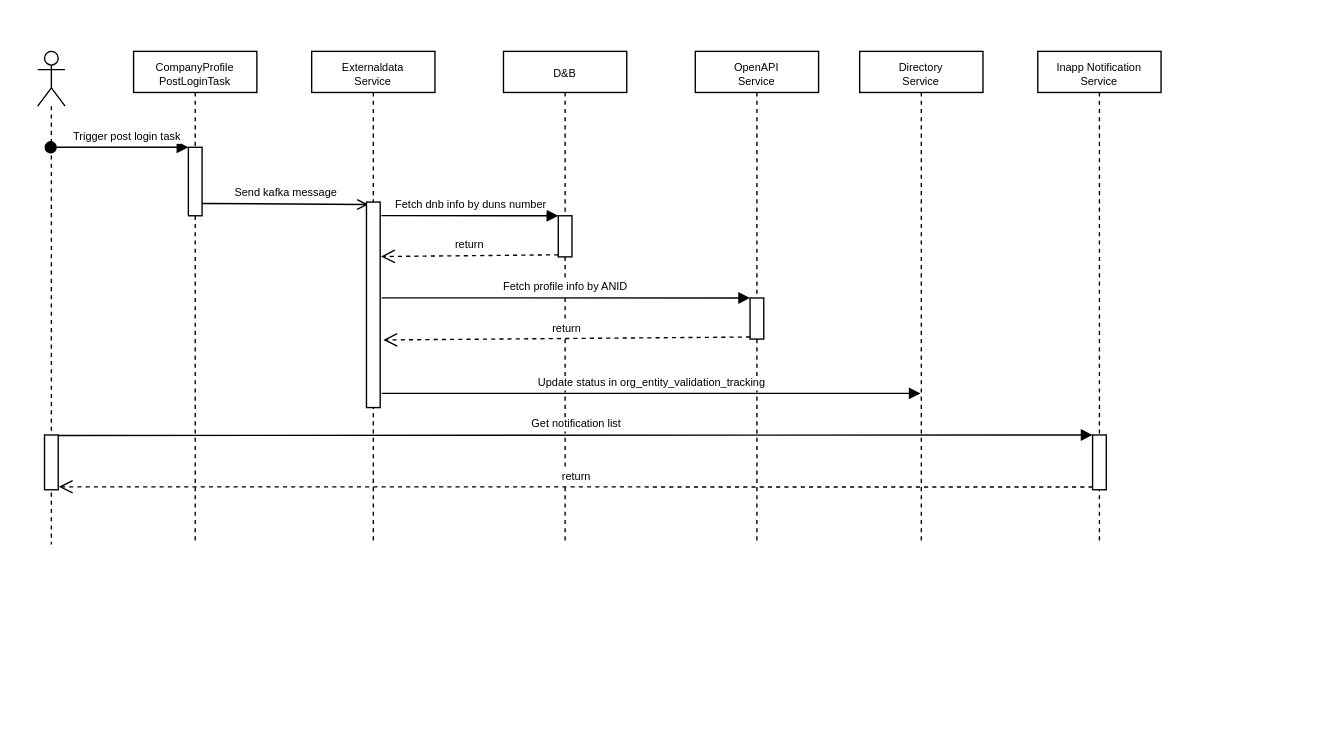
Earlier version of the draw.io diagram page "Update detection flow diagram" (3 of 15) of DNB.drawio (huangshijie/Drawio). Source tidied: cells renumbered, new cells numbered last; positions are measured from the earlier drawing's top-left corner, leaving out a move shared by most shapes. Both pictures are drawn from the tidied source at 137%, with x=0, y=0 at pixel (37, 51).
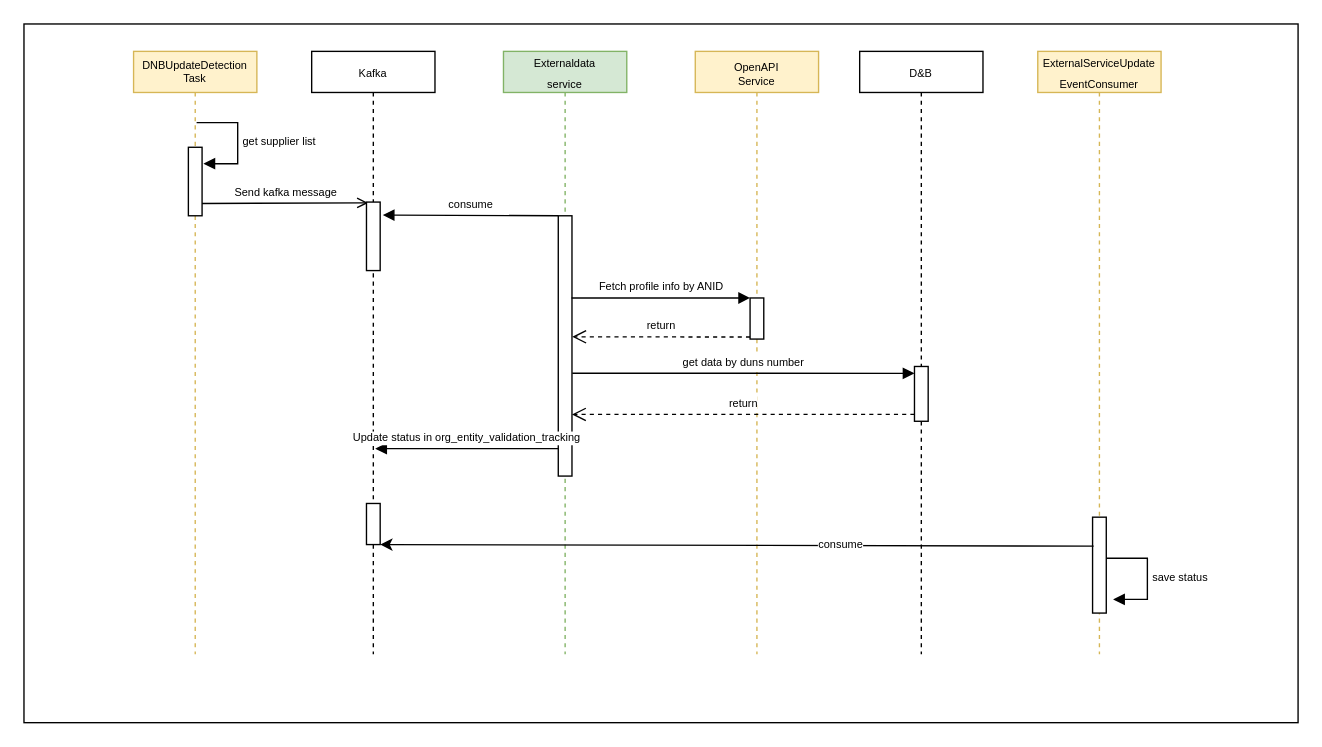
The same page after the edit.

Unchanged cells that the change refers to:
```xml
<mxCell id="3" style="html=1;points=[];perimeter=orthogonalPerimeter;fontSize=8;" parent="2" vertex="1">
  <mxGeometry x="40" y="180" width="10" height="30" as="geometry" />
</mxCell>
<mxCell id="7" style="html=1;points=[];perimeter=orthogonalPerimeter;fontSize=8;" parent="6" vertex="1">
  <mxGeometry x="40" y="70" width="10" height="50" as="geometry" />
</mxCell>
```

Diff of the diagram source:
```diff
@@
+    <mxCell id="24" style="rounded=0;whiteSpace=wrap;html=1;" parent="1" vertex="1">
+      <mxGeometry x="-10" y="-20" width="930" height="510" as="geometry" />
+    </mxCell>
-    <mxCell id="2" value="&lt;div style=&quot;&quot;&gt;&lt;span style=&quot;font-size: 8px; background-color: initial;&quot;&gt;OpenAPI&lt;/span&gt;&lt;/div&gt;&lt;font style=&quot;font-size: 8px;&quot;&gt;&lt;div style=&quot;&quot;&gt;&lt;span style=&quot;background-color: initial;&quot;&gt;Service&lt;/span&gt;&lt;/div&gt;&lt;/font&gt;" style="shape=umlLifeline;perimeter=lifelinePerimeter;whiteSpace=wrap;html=1;size=30;align=center;" parent="1" vertex="1">
-      <mxGeometry x="480" width="90" height="360" as="geometry" />
+    <mxCell id="2" value="&lt;div style=&quot;&quot;&gt;&lt;span style=&quot;font-size: 8px; background-color: initial;&quot;&gt;OpenAPI&lt;/span&gt;&lt;/div&gt;&lt;font style=&quot;font-size: 8px;&quot;&gt;&lt;div style=&quot;&quot;&gt;&lt;span style=&quot;background-color: initial;&quot;&gt;Service&lt;/span&gt;&lt;/div&gt;&lt;/font&gt;" style="shape=umlLifeline;perimeter=lifelinePerimeter;whiteSpace=wrap;html=1;size=30;align=center;fillColor=#fff2cc;strokeColor=#d6b656;" parent="1" vertex="1">
+      <mxGeometry x="480" width="90" height="440" as="geometry" />
     </mxCell>
@@
-    <mxCell id="4" style="shape=umlLifeline;participant=umlActor;perimeter=lifelinePerimeter;whiteSpace=wrap;html=1;verticalAlign=top;spacingTop=36;outlineConnect=0;" parent="1" vertex="1">
-      <mxGeometry width="20" height="360" as="geometry" />
-    </mxCell>
-    <mxCell id="5" style="html=1;points=[];perimeter=orthogonalPerimeter;fontSize=8;" parent="4" vertex="1">
-      <mxGeometry x="5" y="280" width="10" height="40" as="geometry" />
-    </mxCell>
-    <mxCell id="6" value="&lt;p&gt;&lt;/p&gt;&lt;div style=&quot;&quot;&gt;&lt;span style=&quot;font-size: 8px; background-color: initial;&quot;&gt;CompanyProfile&lt;/span&gt;&lt;/div&gt;&lt;font style=&quot;font-size: 8px;&quot;&gt;&lt;div style=&quot;&quot;&gt;&lt;span style=&quot;background-color: initial;&quot;&gt;PostLoginTask&lt;/span&gt;&lt;/div&gt;&lt;/font&gt;&lt;p&gt;&lt;/p&gt;" style="shape=umlLifeline;perimeter=lifelinePerimeter;whiteSpace=wrap;html=1;size=30;" parent="1" vertex="1">
-      <mxGeometry x="70" width="90" height="360" as="geometry" />
+    <mxCell id="6" value="&lt;p&gt;&lt;/p&gt;&lt;div style=&quot;font-size: 8px;&quot;&gt;&lt;font style=&quot;font-size: 8px;&quot;&gt;DNBUpdateDetection&lt;br style=&quot;border-color: var(--border-color);&quot;&gt;Task&lt;/font&gt;&lt;br&gt;&lt;/div&gt;&lt;p&gt;&lt;/p&gt;" style="shape=umlLifeline;perimeter=lifelinePerimeter;whiteSpace=wrap;html=1;size=30;fillColor=#fff2cc;strokeColor=#d6b656;" parent="1" vertex="1">
+      <mxGeometry x="70" width="90" height="440" as="geometry" />
     </mxCell>
@@
+    <mxCell id="25" value="&lt;font style=&quot;font-size: 8px;&quot;&gt;get supplier list&amp;nbsp;&lt;/font&gt;" style="html=1;align=left;spacingLeft=2;endArrow=block;rounded=0;edgeStyle=orthogonalEdgeStyle;curved=0;rounded=0;" parent="6" edge="1">
+      <mxGeometry x="0.01" relative="1" as="geometry">
+        <mxPoint x="46" y="52" as="sourcePoint" />
+        <mxPoint x="51" y="82" as="targetPoint" />
+        <Array as="points">
+          <mxPoint x="76" y="82" />
+        </Array>
+      </mxGeometry>
+    </mxCell>
-    <mxCell id="9" value="&lt;div style=&quot;&quot;&gt;&lt;span style=&quot;font-size: 8px; background-color: initial;&quot;&gt;Directory&lt;/span&gt;&lt;/div&gt;&lt;font style=&quot;font-size: 8px;&quot;&gt;&lt;div style=&quot;&quot;&gt;&lt;span style=&quot;background-color: initial;&quot;&gt;Service&lt;/span&gt;&lt;/div&gt;&lt;/font&gt;" style="shape=umlLifeline;perimeter=lifelinePerimeter;whiteSpace=wrap;html=1;outlineConnect=0;size=30;align=center;" parent="1" vertex="1">
-      <mxGeometry x="600" width="90" height="360" as="geometry" />
+    <mxCell id="9" value="&lt;div style=&quot;&quot;&gt;&lt;span style=&quot;font-size: 8px;&quot;&gt;D&amp;amp;B&lt;/span&gt;&lt;/div&gt;" style="shape=umlLifeline;perimeter=lifelinePerimeter;whiteSpace=wrap;html=1;outlineConnect=0;size=30;align=center;" parent="1" vertex="1">
+      <mxGeometry x="600" width="90" height="440" as="geometry" />
     </mxCell>
+    <mxCell id="26" style="html=1;points=[[0,0,0,0,5],[0,1,0,0,-5],[1,0,0,0,5],[1,1,0,0,-5]];perimeter=orthogonalPerimeter;outlineConnect=0;targetShapes=umlLifeline;portConstraint=eastwest;newEdgeStyle={&quot;curved&quot;:0,&quot;rounded&quot;:0};" parent="9" vertex="1">
+      <mxGeometry x="40" y="230" width="10" height="40" as="geometry" />
+    </mxCell>
-    <mxCell id="10" value="&lt;div style=&quot;&quot;&gt;&lt;span style=&quot;font-size: 8px; background-color: initial;&quot;&gt;Externaldata&lt;/span&gt;&lt;/div&gt;&lt;font style=&quot;font-size: 8px;&quot;&gt;&lt;div style=&quot;&quot;&gt;&lt;span style=&quot;background-color: initial;&quot;&gt;Service&lt;/span&gt;&lt;/div&gt;&lt;/font&gt;" style="shape=umlLifeline;perimeter=lifelinePerimeter;whiteSpace=wrap;html=1;size=30;align=center;" parent="1" vertex="1">
-      <mxGeometry x="200" width="90" height="360" as="geometry" />
+    <mxCell id="10" value="&lt;div style=&quot;&quot;&gt;&lt;span style=&quot;font-size: 8px;&quot;&gt;Kafka&lt;/span&gt;&lt;/div&gt;" style="shape=umlLifeline;perimeter=lifelinePerimeter;whiteSpace=wrap;html=1;size=30;align=center;" parent="1" vertex="1">
+      <mxGeometry x="200" width="90" height="440" as="geometry" />
     </mxCell>
     <mxCell id="11" style="html=1;points=[];perimeter=orthogonalPerimeter;fontSize=8;" parent="10" vertex="1">
-      <mxGeometry x="40" y="110" width="10" height="150" as="geometry" />
+      <mxGeometry x="40" y="110" width="10" height="50" as="geometry" />
     </mxCell>
+    <mxCell id="27" style="html=1;points=[[0,0,0,0,5],[0,1,0,0,-5],[1,0,0,0,5],[1,1,0,0,-5]];perimeter=orthogonalPerimeter;outlineConnect=0;targetShapes=umlLifeline;portConstraint=eastwest;newEdgeStyle={&quot;curved&quot;:0,&quot;rounded&quot;:0};" parent="10" vertex="1">
+      <mxGeometry x="40" y="330" width="10" height="30" as="geometry" />
+    </mxCell>
-    <mxCell id="12" value="&lt;div style=&quot;&quot;&gt;&lt;span style=&quot;font-size: 8px; background-color: initial;&quot;&gt;Inapp Notification&lt;/span&gt;&lt;/div&gt;&lt;font style=&quot;font-size: 8px;&quot;&gt;&lt;div style=&quot;&quot;&gt;&lt;span style=&quot;background-color: initial;&quot;&gt;Service&lt;/span&gt;&lt;/div&gt;&lt;/font&gt;" style="shape=umlLifeline;perimeter=lifelinePerimeter;whiteSpace=wrap;html=1;size=30;align=center;" parent="1" vertex="1">
-      <mxGeometry x="730" width="90" height="360" as="geometry" />
+    <mxCell id="12" value="&lt;div style=&quot;&quot;&gt;&lt;font style=&quot;font-size: 8px;&quot;&gt;ExternalServiceUpdate&lt;/font&gt;&lt;/div&gt;&lt;div style=&quot;&quot;&gt;&lt;font style=&quot;font-size: 8px;&quot;&gt;EventConsumer&lt;/font&gt;&lt;br&gt;&lt;/div&gt;" style="shape=umlLifeline;perimeter=lifelinePerimeter;whiteSpace=wrap;html=1;size=30;align=center;fillColor=#fff2cc;strokeColor=#d6b656;" parent="1" vertex="1">
+      <mxGeometry x="730" width="90" height="440" as="geometry" />
     </mxCell>
     <mxCell id="13" style="html=1;points=[];perimeter=orthogonalPerimeter;fontSize=8;" parent="12" vertex="1">
-      <mxGeometry x="40" y="280" width="10" height="40" as="geometry" />
+      <mxGeometry x="40" y="340" width="10" height="70" as="geometry" />
     </mxCell>
+    <mxCell id="28" value="&lt;font style=&quot;font-size: 8px;&quot;&gt;save status&lt;/font&gt;" style="html=1;align=left;spacingLeft=2;endArrow=block;rounded=0;edgeStyle=orthogonalEdgeStyle;curved=0;rounded=0;" parent="12" edge="1">
+      <mxGeometry relative="1" as="geometry">
+        <mxPoint x="50" y="370" as="sourcePoint" />
+        <mxPoint x="55" y="400" as="targetPoint" />
+        <Array as="points">
+          <mxPoint x="80" y="400" />
+        </Array>
+      </mxGeometry>
+    </mxCell>
-    <mxCell id="14" value="&lt;span style=&quot;font-size: 8px;&quot;&gt;D&amp;amp;B&lt;/span&gt;" style="shape=umlLifeline;perimeter=lifelinePerimeter;whiteSpace=wrap;html=1;size=30;" parent="1" vertex="1">
-      <mxGeometry x="340" width="90" height="360" as="geometry" />
+    <mxCell id="14" value="&lt;span style=&quot;font-size: 8px;&quot;&gt;Externaldata&lt;br&gt;service&lt;/span&gt;" style="shape=umlLifeline;perimeter=lifelinePerimeter;whiteSpace=wrap;html=1;size=30;fillColor=#d5e8d4;strokeColor=#82b366;" parent="1" vertex="1">
+      <mxGeometry x="340" width="90" height="440" as="geometry" />
     </mxCell>
     <mxCell id="15" style="html=1;points=[];perimeter=orthogonalPerimeter;fontSize=8;" parent="14" vertex="1">
-      <mxGeometry x="40" y="120" width="10" height="30" as="geometry" />
+      <mxGeometry x="40" y="120" width="10" height="190" as="geometry" />
     </mxCell>
-    <mxCell id="16" value="Trigger post login task" style="html=1;verticalAlign=bottom;startArrow=oval;endArrow=block;startSize=8;rounded=0;fontSize=8;" parent="1" edge="1" source="4" target="7">
-      <mxGeometry x="0.09" relative="1" as="geometry">
-        <Array as="points">
-          <mxPoint x="70" y="70" />
-        </Array>
-      </mxGeometry>
-    </mxCell>
+    <mxCell id="23" value="Update status in org_entity_validation_tracking" style="html=1;verticalAlign=bottom;endArrow=block;rounded=0;fontSize=8;exitX=-0.144;exitY=0.842;exitDx=0;exitDy=0;exitPerimeter=0;" parent="14" edge="1">
+      <mxGeometry relative="1" as="geometry">
+        <mxPoint x="40" y="290" as="sourcePoint" />
+        <mxPoint x="-93.6" y="290" as="targetPoint" />
+      </mxGeometry>
+    </mxCell>
-    <mxCell id="17" value="Fetch dnb info by duns number" style="html=1;verticalAlign=bottom;endArrow=block;entryX=0;entryY=0;rounded=0;fontSize=8;exitX=1.085;exitY=0.066;exitDx=0;exitDy=0;exitPerimeter=0;" parent="1" edge="1" source="11" target="15">
+    <mxCell id="17" value="consume" style="html=1;verticalAlign=bottom;endArrow=none;entryX=0;entryY=0;rounded=0;fontSize=8;exitX=1.189;exitY=0.189;exitDx=0;exitDy=0;exitPerimeter=0;startArrow=block;startFill=1;endFill=0;" parent="1" edge="1" source="11" target="15">
       <mxGeometry relative="1" as="geometry" />
     </mxCell>
-    <mxCell id="18" value="return" style="html=1;verticalAlign=bottom;endArrow=open;dashed=1;endSize=8;exitX=0;exitY=0.95;rounded=0;fontSize=8;entryX=1.061;entryY=0.265;entryDx=0;entryDy=0;entryPerimeter=0;" parent="1" edge="1" source="15" target="11">
-      <mxGeometry relative="1" as="geometry" />
-    </mxCell>
-    <mxCell id="19" value="return" style="html=1;verticalAlign=bottom;endArrow=open;dashed=1;endSize=8;exitX=0;exitY=0.95;rounded=0;fontSize=8;entryX=1.041;entryY=0.946;entryDx=0;entryDy=0;entryPerimeter=0;" parent="1" edge="1" source="13" target="5">
-      <mxGeometry relative="1" as="geometry" />
-    </mxCell>
-    <mxCell id="20" value="Get notification list" style="html=1;verticalAlign=bottom;endArrow=block;entryX=0;entryY=0;rounded=0;fontSize=8;exitX=0.993;exitY=0.009;exitDx=0;exitDy=0;exitPerimeter=0;" parent="1" edge="1" source="5" target="13">
-      <mxGeometry relative="1" as="geometry" />
-    </mxCell>
-    <mxCell id="21" value="&lt;span style=&quot;&quot;&gt;Fetch profile info by ANID&lt;/span&gt;" style="html=1;verticalAlign=bottom;endArrow=block;entryX=0;entryY=0;rounded=0;fontSize=8;exitX=1.11;exitY=0.466;exitDx=0;exitDy=0;exitPerimeter=0;" parent="1" edge="1" source="11" target="3">
+    <mxCell id="21" value="&lt;span style=&quot;&quot;&gt;Fetch profile info by ANID&lt;/span&gt;" style="html=1;verticalAlign=bottom;endArrow=block;entryX=0;entryY=0;rounded=0;fontSize=8;exitX=0.967;exitY=0.316;exitDx=0;exitDy=0;exitPerimeter=0;" parent="1" edge="1" source="15" target="3">
       <mxGeometry relative="1" as="geometry" />
     </mxCell>
-    <mxCell id="22" value="return" style="html=1;verticalAlign=bottom;endArrow=open;dashed=1;endSize=8;exitX=0;exitY=0.95;rounded=0;fontSize=8;entryX=1.232;entryY=0.671;entryDx=0;entryDy=0;entryPerimeter=0;" parent="1" edge="1" source="3" target="11">
+    <mxCell id="22" value="return" style="html=1;verticalAlign=bottom;endArrow=open;dashed=1;endSize=8;exitX=0;exitY=0.95;rounded=0;fontSize=8;entryX=1.022;entryY=0.465;entryDx=0;entryDy=0;entryPerimeter=0;" parent="1" edge="1" source="3" target="15">
       <mxGeometry relative="1" as="geometry" />
     </mxCell>
-    <mxCell id="23" value="Update status in org_entity_validation_tracking" style="html=1;verticalAlign=bottom;endArrow=block;rounded=0;fontSize=8;exitX=1.11;exitY=0.931;exitDx=0;exitDy=0;exitPerimeter=0;" parent="1" edge="1" source="11" target="9">
-      <mxGeometry relative="1" as="geometry" />
-    </mxCell>
+    <mxCell id="29" value="&lt;font style=&quot;font-size: 8px;&quot;&gt;return&lt;/font&gt;" style="html=1;verticalAlign=bottom;endArrow=open;dashed=1;endSize=8;curved=0;rounded=0;exitX=0;exitY=1;exitDx=0;exitDy=-5;" parent="1" edge="1" source="26">
+      <mxGeometry relative="1" as="geometry">
+        <mxPoint x="390" y="265" as="targetPoint" />
+      </mxGeometry>
+    </mxCell>
+    <mxCell id="30" value="&lt;font style=&quot;font-size: 8px;&quot;&gt;get data by duns number&lt;/font&gt;" style="html=1;verticalAlign=bottom;endArrow=block;curved=0;rounded=0;entryX=0;entryY=0;entryDx=0;entryDy=5;exitX=1.022;exitY=0.605;exitDx=0;exitDy=0;exitPerimeter=0;" parent="1" edge="1" source="15" target="26">
+      <mxGeometry relative="1" as="geometry" />
+    </mxCell>
+    <mxCell id="31" style="endArrow=classic;html=1;rounded=0;exitX=0.078;exitY=0.302;exitDx=0;exitDy=0;exitPerimeter=0;" parent="1" edge="1" source="13" target="27">
+      <mxGeometry relative="1" as="geometry" />
+    </mxCell>
+    <mxCell id="32" value="&lt;font style=&quot;font-size: 8px;&quot;&gt;consume&lt;/font&gt;" style="edgeLabel;html=1;align=center;verticalAlign=middle;" parent="31" vertex="1">
+      <mxGeometry x="-0.29" y="-2" relative="1" as="geometry" />
+    </mxCell>
```
